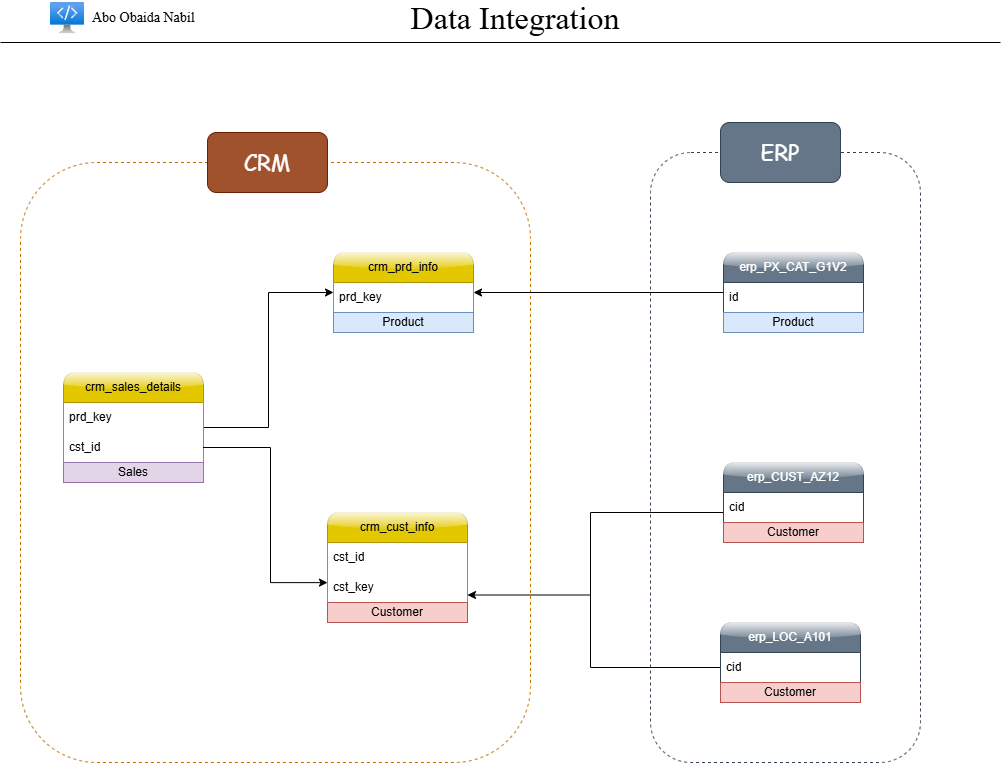
This is docs/Data Integration.png from Abobaida/SQL-Data-Warehouse-Project, a draw.io export, as it was before one commit. Source tidied: cells renumbered, new cells last; positions are measured from the earlier drawing's top-left corner, leaving out a move shared by most shapes.
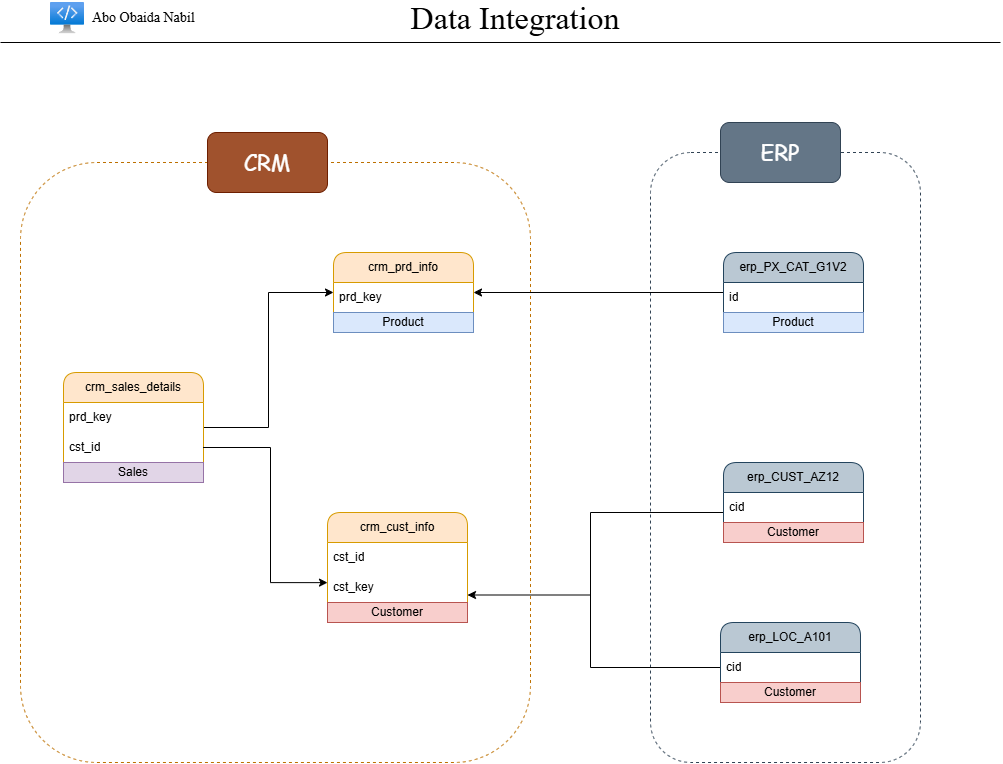
The same diagram one commit later.

Change to the diagram source:
```diff
@@ -26,7 +26,7 @@
     <mxCell id="8" style="edgeStyle=orthogonalEdgeStyle;rounded=0;jettySize=auto;html=1;endArrow=classic;endFill=1;entryX=0;entryY=0.5;entryDx=0;entryDy=0;" parent="1" edge="1" source="9" target="19">
       <mxGeometry relative="1" as="geometry" />
     </mxCell>
-    <mxCell id="9" value="crm_sales_details" style="swimlane;fontStyle=0;horizontal=1;startSize=30;whiteSpace=wrap;html=1;rounded=1;roundedPerimeter=1;fillColor=#e3c800;fontColor=#000000;strokeColor=#B09500;glass=1;" parent="1" vertex="1">
+    <mxCell id="9" value="crm_sales_details" style="swimlane;fontStyle=0;horizontal=1;startSize=30;whiteSpace=wrap;html=1;rounded=1;roundedPerimeter=1;fillColor=#ffe6cc;strokeColor=#d79b00;glass=0;" parent="1" vertex="1">
       <mxGeometry x="63" y="370" width="140" height="110" as="geometry" />
     </mxCell>
     <mxCell id="10" value="prd_key" style="text;strokeColor=none;fillColor=none;align=left;verticalAlign=middle;spacingLeft=4;spacingRight=4;overflow=hidden;whiteSpace=wrap;html=1;" parent="9" vertex="1">
@@ -46,7 +46,7 @@
         </Array>
       </mxGeometry>
     </mxCell>
-    <mxCell id="14" value="crm_cust_info" style="swimlane;fontStyle=0;horizontal=1;startSize=30;whiteSpace=wrap;html=1;rounded=1;roundedPerimeter=1;fillColor=#e3c800;fontColor=#000000;strokeColor=#B09500;glass=1;" parent="1" vertex="1">
+    <mxCell id="14" value="crm_cust_info" style="swimlane;fontStyle=0;horizontal=1;startSize=30;whiteSpace=wrap;html=1;rounded=1;fillColor=#ffe6cc;strokeColor=#d79b00;glass=0;roundedPerimeter=1;" parent="1" vertex="1">
       <mxGeometry x="327" y="510" width="140" height="110" as="geometry" />
     </mxCell>
     <mxCell id="15" value="cst_id" style="text;strokeColor=none;fillColor=none;align=left;verticalAlign=middle;spacingLeft=4;spacingRight=4;overflow=hidden;whiteSpace=wrap;html=1;" parent="14" vertex="1">
@@ -61,7 +61,7 @@
     <mxCell id="18" style="edgeStyle=orthogonalEdgeStyle;rounded=0;jettySize=auto;html=1;entryX=0;entryY=0.5;entryDx=0;entryDy=0;endArrow=none;endFill=0;startArrow=classic;startFill=1;" parent="1" edge="1" source="19" target="22">
       <mxGeometry relative="1" as="geometry" />
     </mxCell>
-    <mxCell id="19" value="crm_prd_info" style="swimlane;fontStyle=0;horizontal=1;startSize=30;whiteSpace=wrap;html=1;rounded=1;roundedPerimeter=1;fillColor=#e3c800;fontColor=#000000;strokeColor=#B09500;glass=1;" parent="1" vertex="1">
+    <mxCell id="19" value="crm_prd_info" style="swimlane;fontStyle=0;horizontal=1;startSize=30;whiteSpace=wrap;html=1;rounded=1;roundedPerimeter=1;fillColor=#ffe6cc;strokeColor=#d79b00;glass=0;" parent="1" vertex="1">
       <mxGeometry x="333" y="250" width="140" height="80" as="geometry" />
     </mxCell>
     <mxCell id="20" value="prd_key" style="text;strokeColor=none;fillColor=none;align=left;verticalAlign=middle;spacingLeft=4;spacingRight=4;overflow=hidden;whiteSpace=wrap;html=1;" parent="19" vertex="1">
@@ -70,7 +70,7 @@
     <mxCell id="21" value="Product" style="text;html=1;strokeColor=#6c8ebf;fillColor=#dae8fc;align=center;verticalAlign=middle;whiteSpace=wrap;overflow=hidden;" parent="19" vertex="1">
       <mxGeometry y="60" width="140" height="20" as="geometry" />
     </mxCell>
-    <mxCell id="22" value="erp_PX_CAT_G1V2" style="swimlane;fontStyle=0;horizontal=1;startSize=30;whiteSpace=wrap;html=1;rounded=1;roundedPerimeter=1;fillColor=#647687;fontColor=#ffffff;strokeColor=#314354;glass=1;" parent="1" vertex="1">
+    <mxCell id="22" value="erp_PX_CAT_G1V2" style="swimlane;fontStyle=0;horizontal=1;startSize=30;whiteSpace=wrap;html=1;rounded=1;roundedPerimeter=1;fillColor=#bac8d3;strokeColor=#23445d;glass=0;" parent="1" vertex="1">
       <mxGeometry x="723" y="250" width="140" height="80" as="geometry" />
     </mxCell>
     <mxCell id="23" value="id" style="text;strokeColor=none;fillColor=none;align=left;verticalAlign=middle;spacingLeft=4;spacingRight=4;overflow=hidden;whiteSpace=wrap;html=1;" parent="22" vertex="1">
@@ -85,7 +85,7 @@
         <mxPoint x="590" y="600" as="targetPoint" />
       </mxGeometry>
     </mxCell>
-    <mxCell id="26" value="erp_CUST_AZ12" style="swimlane;fontStyle=0;horizontal=1;startSize=30;whiteSpace=wrap;html=1;rounded=1;roundedPerimeter=1;fillColor=#647687;fontColor=#ffffff;strokeColor=#314354;glass=1;" parent="1" vertex="1">
+    <mxCell id="26" value="erp_CUST_AZ12" style="swimlane;fontStyle=0;horizontal=1;startSize=30;whiteSpace=wrap;html=1;rounded=1;roundedPerimeter=1;fillColor=#bac8d3;strokeColor=#23445d;glass=0;" parent="1" vertex="1">
       <mxGeometry x="723" y="460" width="140" height="80" as="geometry" />
     </mxCell>
     <mxCell id="27" value="cid" style="text;strokeColor=none;fillColor=none;align=left;verticalAlign=middle;spacingLeft=4;spacingRight=4;overflow=hidden;whiteSpace=wrap;html=1;" parent="26" vertex="1">
@@ -104,7 +104,7 @@
         </Array>
       </mxGeometry>
     </mxCell>
-    <mxCell id="30" value="erp_LOC_A101" style="swimlane;fontStyle=0;horizontal=1;startSize=30;whiteSpace=wrap;html=1;rounded=1;roundedPerimeter=1;fillColor=#647687;fontColor=#ffffff;strokeColor=#314354;glass=1;" parent="1" vertex="1">
+    <mxCell id="30" value="erp_LOC_A101" style="swimlane;fontStyle=0;horizontal=1;startSize=30;whiteSpace=wrap;html=1;rounded=1;roundedPerimeter=1;fillColor=#bac8d3;strokeColor=#23445d;glass=0;" parent="1" vertex="1">
       <mxGeometry x="720" y="620" width="140" height="80" as="geometry" />
     </mxCell>
     <mxCell id="31" value="cid" style="text;strokeColor=none;fillColor=none;align=left;verticalAlign=middle;spacingLeft=4;spacingRight=4;overflow=hidden;points=[[0,0.5],[1,0.5]];portConstraint=eastwest;whiteSpace=wrap;html=1;" parent="30" vertex="1">
```
